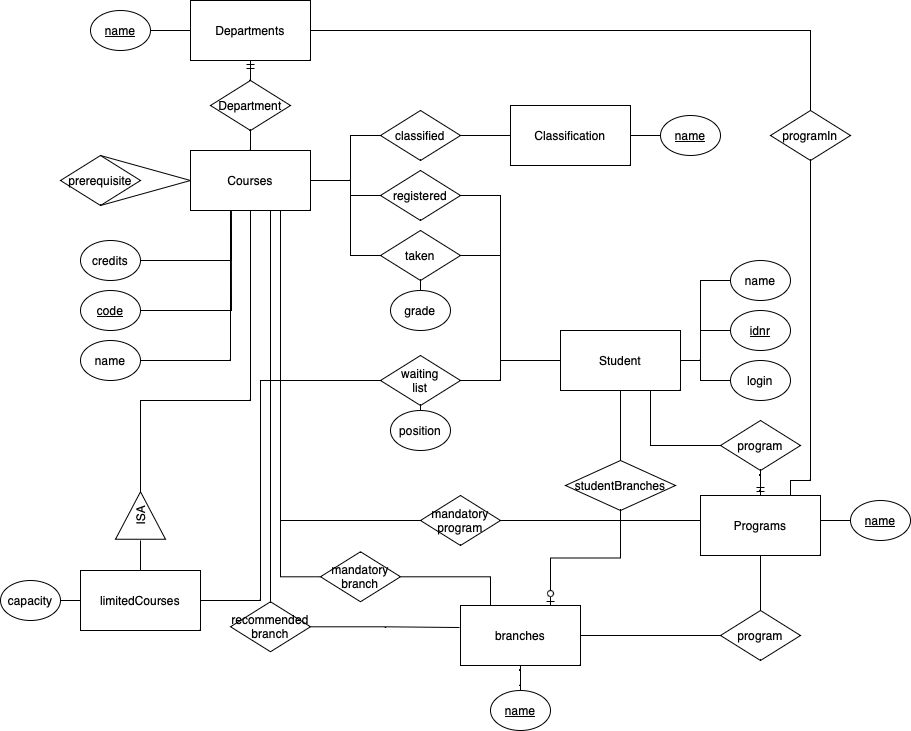
The draw.io diagram Lab2/er.png in lutches/Databases, before a commit. Source tidied: cells renumbered, new cells last; positions are measured from the earlier drawing's top-left corner, leaving out a move shared by most shapes.
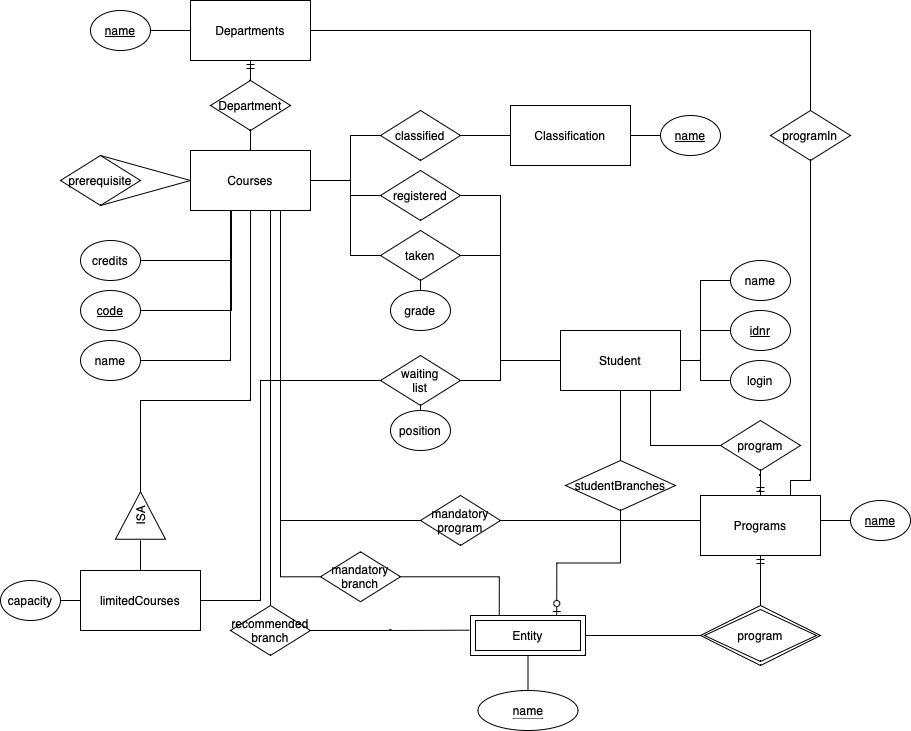
After the change.

The edit, as a diff of the source:
```diff
@@ -196,24 +196,19 @@
     <mxCell id="43" value="&lt;u&gt;name&lt;/u&gt;" style="ellipse;whiteSpace=wrap;html=1;" parent="1" vertex="1">
       <mxGeometry x="850" y="500" width="60" height="40" as="geometry" />
     </mxCell>
-    <mxCell id="44" style="edgeStyle=orthogonalEdgeStyle;rounded=0;jettySize=auto;html=1;endArrow=none;endFill=0;" parent="1" edge="1" source="45" target="41">
-      <mxGeometry relative="1" as="geometry" />
+    <mxCell id="44" style="edgeStyle=orthogonalEdgeStyle;rounded=0;jettySize=auto;html=1;endArrow=ERmandOne;endFill=0;" parent="1" edge="1" target="41">
+      <mxGeometry relative="1" as="geometry">
+        <mxPoint x="760" y="610" as="sourcePoint" />
+      </mxGeometry>
     </mxCell>
-    <mxCell id="45" value="program" style="rhombus;whiteSpace=wrap;html=1;" parent="1" vertex="1">
-      <mxGeometry x="720" y="610" width="80" height="50" as="geometry" />
-    </mxCell>
-    <mxCell id="46" style="edgeStyle=orthogonalEdgeStyle;rounded=0;jettySize=auto;html=1;entryX=0;entryY=0.5;entryDx=0;entryDy=0;startArrow=none;startFill=0;endArrow=none;endFill=0;" parent="1" edge="1" source="47" target="45">
+    <mxCell id="46" style="edgeStyle=orthogonalEdgeStyle;rounded=0;jettySize=auto;html=1;entryX=0;entryY=0.5;entryDx=0;entryDy=0;startArrow=none;startFill=0;endArrow=none;endFill=0;exitX=1;exitY=0.5;exitDx=0;exitDy=0;" parent="1" edge="1" source="77" target="45">
       <mxGeometry relative="1" as="geometry" />
     </mxCell>
-    <mxCell id="47" value="branches" style="rounded=0;whiteSpace=wrap;html=1;" parent="1" vertex="1">
-      <mxGeometry x="460" y="605" width="120" height="60" as="geometry" />
-    </mxCell>
-    <mxCell id="48" style="edgeStyle=orthogonalEdgeStyle;rounded=0;jettySize=auto;html=1;startArrow=none;startFill=0;endArrow=none;endFill=0;" parent="1" edge="1" source="49" target="47">
-      <mxGeometry relative="1" as="geometry" />
+    <mxCell id="48" style="edgeStyle=orthogonalEdgeStyle;rounded=0;jettySize=auto;html=1;startArrow=none;startFill=0;endArrow=none;endFill=0;entryX=0.5;entryY=1;entryDx=0;entryDy=0;" parent="1" edge="1" target="77">
+      <mxGeometry relative="1" as="geometry">
+        <mxPoint x="520" y="690" as="sourcePoint" />
+      </mxGeometry>
     </mxCell>
-    <mxCell id="49" value="&lt;u&gt;name&lt;/u&gt;" style="ellipse;whiteSpace=wrap;html=1;" parent="1" vertex="1">
-      <mxGeometry x="490" y="690" width="60" height="40" as="geometry" />
-    </mxCell>
     <mxCell id="50" value="grade" style="ellipse;whiteSpace=wrap;html=1;direction=west;" parent="1" vertex="1">
       <mxGeometry x="390" y="290" width="60" height="40" as="geometry" />
     </mxCell>
@@ -287,7 +282,7 @@
     <mxCell id="65" value="mandatory&lt;br&gt;program" style="rhombus;whiteSpace=wrap;html=1;" parent="1" vertex="1">
       <mxGeometry x="420" y="495" width="80" height="50" as="geometry" />
     </mxCell>
-    <mxCell id="66" style="edgeStyle=orthogonalEdgeStyle;rounded=0;jettySize=auto;html=1;entryX=0.25;entryY=0;entryDx=0;entryDy=0;startArrow=none;startFill=0;endArrow=none;endFill=0;" parent="1" edge="1" source="68" target="47">
+    <mxCell id="66" style="edgeStyle=orthogonalEdgeStyle;rounded=0;jettySize=auto;html=1;entryX=0.25;entryY=0;entryDx=0;entryDy=0;startArrow=none;startFill=0;endArrow=none;endFill=0;" parent="1" edge="1" source="68" target="77">
       <mxGeometry relative="1" as="geometry" />
     </mxCell>
     <mxCell id="67" style="edgeStyle=orthogonalEdgeStyle;rounded=0;jettySize=auto;html=1;startArrow=none;startFill=0;endArrow=none;endFill=0;entryX=0.75;entryY=1;entryDx=0;entryDy=0;" parent="1" edge="1" source="68" target="2">
@@ -296,7 +291,7 @@
     <mxCell id="68" value="mandatory&lt;br&gt;branch" style="rhombus;whiteSpace=wrap;html=1;" parent="1" vertex="1">
       <mxGeometry x="320" y="551.2" width="80" height="50" as="geometry" />
     </mxCell>
-    <mxCell id="69" style="edgeStyle=orthogonalEdgeStyle;rounded=0;jettySize=auto;html=1;entryX=-0.008;entryY=0.367;entryDx=0;entryDy=0;startArrow=none;startFill=0;endArrow=none;endFill=0;entryPerimeter=0;" parent="1" edge="1" source="71" target="47">
+    <mxCell id="69" style="edgeStyle=orthogonalEdgeStyle;rounded=0;jettySize=auto;html=1;entryX=-0.008;entryY=0.367;entryDx=0;entryDy=0;startArrow=none;startFill=0;endArrow=none;endFill=0;entryPerimeter=0;" parent="1" edge="1" source="71" target="77">
       <mxGeometry relative="1" as="geometry" />
     </mxCell>
     <mxCell id="70" style="edgeStyle=orthogonalEdgeStyle;rounded=0;jettySize=auto;html=1;entryX=0.75;entryY=1;entryDx=0;entryDy=0;startArrow=none;startFill=0;endArrow=none;endFill=0;" parent="1" edge="1" source="71" target="2">
@@ -308,9 +303,9 @@
       </mxGeometry>
     </mxCell>
     <mxCell id="71" value="recommended&lt;br&gt;branch" style="rhombus;whiteSpace=wrap;html=1;" parent="1" vertex="1">
-      <mxGeometry x="230" y="601.2" width="80" height="50" as="geometry" />
+      <mxGeometry x="230" y="605" width="80" height="50" as="geometry" />
     </mxCell>
-    <mxCell id="72" style="edgeStyle=orthogonalEdgeStyle;rounded=0;jettySize=auto;html=1;entryX=0.75;entryY=0;entryDx=0;entryDy=0;startArrow=none;startFill=0;endArrow=ERzeroToOne;endFill=0;" parent="1" edge="1" source="73" target="47">
+    <mxCell id="72" style="edgeStyle=orthogonalEdgeStyle;rounded=0;jettySize=auto;html=1;entryX=0.75;entryY=0;entryDx=0;entryDy=0;startArrow=none;startFill=0;endArrow=ERzeroToOne;endFill=0;" parent="1" edge="1" source="73" target="77">
       <mxGeometry relative="1" as="geometry" />
     </mxCell>
     <mxCell id="73" value="studentBranches&lt;br&gt;" style="rhombus;whiteSpace=wrap;html=1;" parent="1" vertex="1">
@@ -325,5 +320,14 @@
     <mxCell id="76" value="program" style="rhombus;whiteSpace=wrap;html=1;" parent="1" vertex="1">
       <mxGeometry x="720" y="420" width="80" height="50" as="geometry" />
     </mxCell>
+    <mxCell id="45" value="program" style="shape=rhombus;double=1;perimeter=rhombusPerimeter;whiteSpace=wrap;html=1;align=center;" parent="1" vertex="1">
+      <mxGeometry x="700" y="605" width="120" height="60" as="geometry" />
+    </mxCell>
+    <mxCell id="49" value="&lt;span style=&quot;border-bottom: 1px dotted&quot;&gt;name&lt;/span&gt;" style="ellipse;whiteSpace=wrap;html=1;align=center;" parent="1" vertex="1">
+      <mxGeometry x="477.5" y="690" width="100" height="40" as="geometry" />
+    </mxCell>
+    <mxCell id="77" value="Entity" style="shape=ext;margin=3;double=1;whiteSpace=wrap;html=1;align=center;" parent="1" vertex="1">
+      <mxGeometry x="470" y="615" width="115" height="40" as="geometry" />
+    </mxCell>
   </root>
 </mxGraphModel>
```
